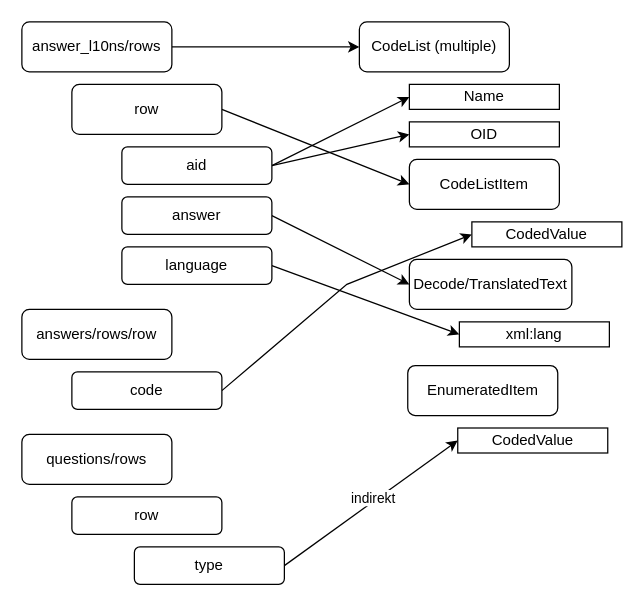
Delzye/bachelors_thesis_anton_mende keeps this draw.io diagram as img/drawio/m_answers.drawio. Above is the earlier version. Source tidied: cells renumbered, new cells numbered last; positions are measured from the earlier drawing's top-left corner, leaving out a move shared by most shapes. Both pictures are drawn from the tidied source at 125%, with x=0, y=0 at pixel (21, 21).
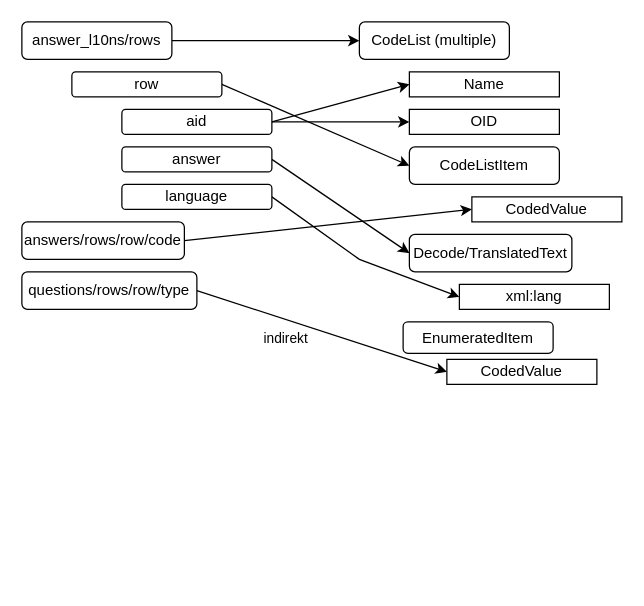
Above is the later version.

The edit, as a diff of the source:
```diff
@@
     <mxCell id="2" value="CodeListItem" style="rounded=1;whiteSpace=wrap;html=1;" parent="1" vertex="1">
-      <mxGeometry x="310" y="110" width="120" height="40" as="geometry" />
+      <mxGeometry x="310" y="100" width="120" height="30" as="geometry" />
     </mxCell>
@@
     <mxCell id="4" value="row" style="rounded=1;whiteSpace=wrap;html=1;" parent="1" vertex="1">
-      <mxGeometry x="40" y="50" width="120" height="40" as="geometry" />
+      <mxGeometry x="40" y="40" width="120" height="20" as="geometry" />
     </mxCell>
@@
     <mxCell id="6" value="answer_l10ns/rows" style="rounded=1;whiteSpace=wrap;html=1;" parent="1" vertex="1">
-      <mxGeometry width="120" height="40" as="geometry" />
+      <mxGeometry width="120" height="30" as="geometry" />
     </mxCell>
     <mxCell id="7" value="CodeList (multiple)" style="rounded=1;whiteSpace=wrap;html=1;" parent="1" vertex="1">
-      <mxGeometry x="270" width="120" height="40" as="geometry" />
+      <mxGeometry x="270" width="120" height="30" as="geometry" />
     </mxCell>
     <mxCell id="8" value="Name" style="rounded=0;whiteSpace=wrap;html=1;" parent="1" vertex="1">
-      <mxGeometry x="310" y="50" width="120" height="20" as="geometry" />
+      <mxGeometry x="310" y="40" width="120" height="20" as="geometry" />
     </mxCell>
     <mxCell id="9" value="OID" style="whiteSpace=wrap;html=1;" parent="1" vertex="1">
-      <mxGeometry x="310" y="80" width="120" height="20" as="geometry" />
+      <mxGeometry x="310" y="70" width="120" height="20" as="geometry" />
     </mxCell>
@@
     <mxCell id="12" value="aid" style="rounded=1;whiteSpace=wrap;html=1;" parent="1" vertex="1">
-      <mxGeometry x="80" y="100" width="120" height="30" as="geometry" />
+      <mxGeometry x="80" y="70" width="120" height="20" as="geometry" />
     </mxCell>
     <mxCell id="13" value="CodedValue" style="whiteSpace=wrap;html=1;" parent="1" vertex="1">
-      <mxGeometry x="360" y="160" width="120" height="20" as="geometry" />
+      <mxGeometry x="360" y="140" width="120" height="20" as="geometry" />
     </mxCell>
-    <mxCell id="14" style="edgeStyle=none;rounded=0;jettySize=auto;html=1;exitX=1;exitY=0.5;exitDx=0;exitDy=0;entryX=0;entryY=0.5;entryDx=0;entryDy=0;" parent="1" edge="1" source="15" target="13">
-      <mxGeometry relative="1" as="geometry">
-        <Array as="points">
-          <mxPoint x="260" y="210" />
-        </Array>
-      </mxGeometry>
+    <mxCell id="14" style="edgeStyle=none;rounded=0;jettySize=auto;html=1;exitX=1;exitY=0.5;exitDx=0;exitDy=0;entryX=0;entryY=0.5;entryDx=0;entryDy=0;" parent="1" edge="1" source="16" target="13">
+      <mxGeometry relative="1" as="geometry" />
     </mxCell>
-    <mxCell id="15" value="code" style="rounded=1;whiteSpace=wrap;html=1;" parent="1" vertex="1">
-      <mxGeometry x="40" y="280" width="120" height="30" as="geometry" />
-    </mxCell>
-    <mxCell id="16" value="answers/rows/row" style="rounded=1;whiteSpace=wrap;html=1;" parent="1" vertex="1">
-      <mxGeometry y="230" width="120" height="40" as="geometry" />
+    <mxCell id="16" value="answers/rows/row/code" style="rounded=1;whiteSpace=wrap;html=1;" parent="1" vertex="1">
+      <mxGeometry y="160" width="130" height="30" as="geometry" />
     </mxCell>
@@
     <mxCell id="18" value="answer" style="rounded=1;whiteSpace=wrap;html=1;" parent="1" vertex="1">
-      <mxGeometry x="80" y="140" width="120" height="30" as="geometry" />
+      <mxGeometry x="80" y="100" width="120" height="20" as="geometry" />
     </mxCell>
     <mxCell id="19" value="Decode/TranslatedText" style="rounded=1;whiteSpace=wrap;html=1;" parent="1" vertex="1">
-      <mxGeometry x="310" y="190" width="130" height="40" as="geometry" />
+      <mxGeometry x="310" y="170" width="130" height="30" as="geometry" />
     </mxCell>
     <mxCell id="20" value="xml:lang" style="whiteSpace=wrap;html=1;" parent="1" vertex="1">
-      <mxGeometry x="350" y="240" width="120" height="20" as="geometry" />
+      <mxGeometry x="350" y="210" width="120" height="20" as="geometry" />
     </mxCell>
     <mxCell id="21" style="edgeStyle=none;rounded=0;jettySize=auto;html=1;exitX=1;exitY=0.5;exitDx=0;exitDy=0;entryX=0;entryY=0.5;entryDx=0;entryDy=0;" parent="1" edge="1" source="22" target="20">
-      <mxGeometry relative="1" as="geometry" />
+      <mxGeometry relative="1" as="geometry">
+        <Array as="points">
+          <mxPoint x="270" y="190" />
+        </Array>
+      </mxGeometry>
     </mxCell>
     <mxCell id="22" value="language" style="rounded=1;whiteSpace=wrap;html=1;" parent="1" vertex="1">
-      <mxGeometry x="80" y="180" width="120" height="30" as="geometry" />
+      <mxGeometry x="80" y="130" width="120" height="20" as="geometry" />
     </mxCell>
     <mxCell id="23" value="EnumeratedItem" style="rounded=1;whiteSpace=wrap;html=1;" parent="1" vertex="1">
-      <mxGeometry x="308.7" y="274.9" width="120" height="40" as="geometry" />
+      <mxGeometry x="305" y="240" width="120" height="25.1" as="geometry" />
     </mxCell>
     <mxCell id="24" value="CodedValue" style="whiteSpace=wrap;html=1;" parent="1" vertex="1">
-      <mxGeometry x="348.7" y="324.9" width="120" height="20" as="geometry" />
+      <mxGeometry x="340" y="270" width="120" height="20" as="geometry" />
     </mxCell>
-    <mxCell id="25" value="questions/rows" style="rounded=1;whiteSpace=wrap;html=1;" parent="1" vertex="1">
-      <mxGeometry y="330" width="120" height="40" as="geometry" />
+    <mxCell id="25" value="questions/rows/row/type" style="rounded=1;whiteSpace=wrap;html=1;" parent="1" vertex="1">
+      <mxGeometry y="200" width="140" height="30" as="geometry" />
     </mxCell>
-    <mxCell id="26" value="row" style="rounded=1;whiteSpace=wrap;html=1;" parent="1" vertex="1">
-      <mxGeometry x="40" y="380" width="120" height="30" as="geometry" />
-    </mxCell>
-    <mxCell id="27" style="rounded=0;jettySize=auto;html=1;exitX=1;exitY=0.5;exitDx=0;exitDy=0;entryX=0;entryY=0.5;entryDx=0;entryDy=0;" parent="1" edge="1" source="29" target="24">
+    <mxCell id="27" style="rounded=0;jettySize=auto;html=1;exitX=1;exitY=0.5;exitDx=0;exitDy=0;entryX=0;entryY=0.5;entryDx=0;entryDy=0;" parent="1" edge="1" source="25" target="24">
       <mxGeometry relative="1" as="geometry" />
     </mxCell>
     <mxCell id="28" value="indirekt" style="edgeLabel;html=1;align=center;verticalAlign=middle;" parent="27" vertex="1">
       <mxGeometry x="0.27" relative="1" as="geometry">
-        <mxPoint x="-18" y="9" as="offset" />
+        <mxPoint x="-57" y="-4" as="offset" />
       </mxGeometry>
     </mxCell>
-    <mxCell id="29" value="type" style="rounded=1;whiteSpace=wrap;html=1;" parent="1" vertex="1">
-      <mxGeometry x="90" y="420" width="120" height="30" as="geometry" />
-    </mxCell>
```
